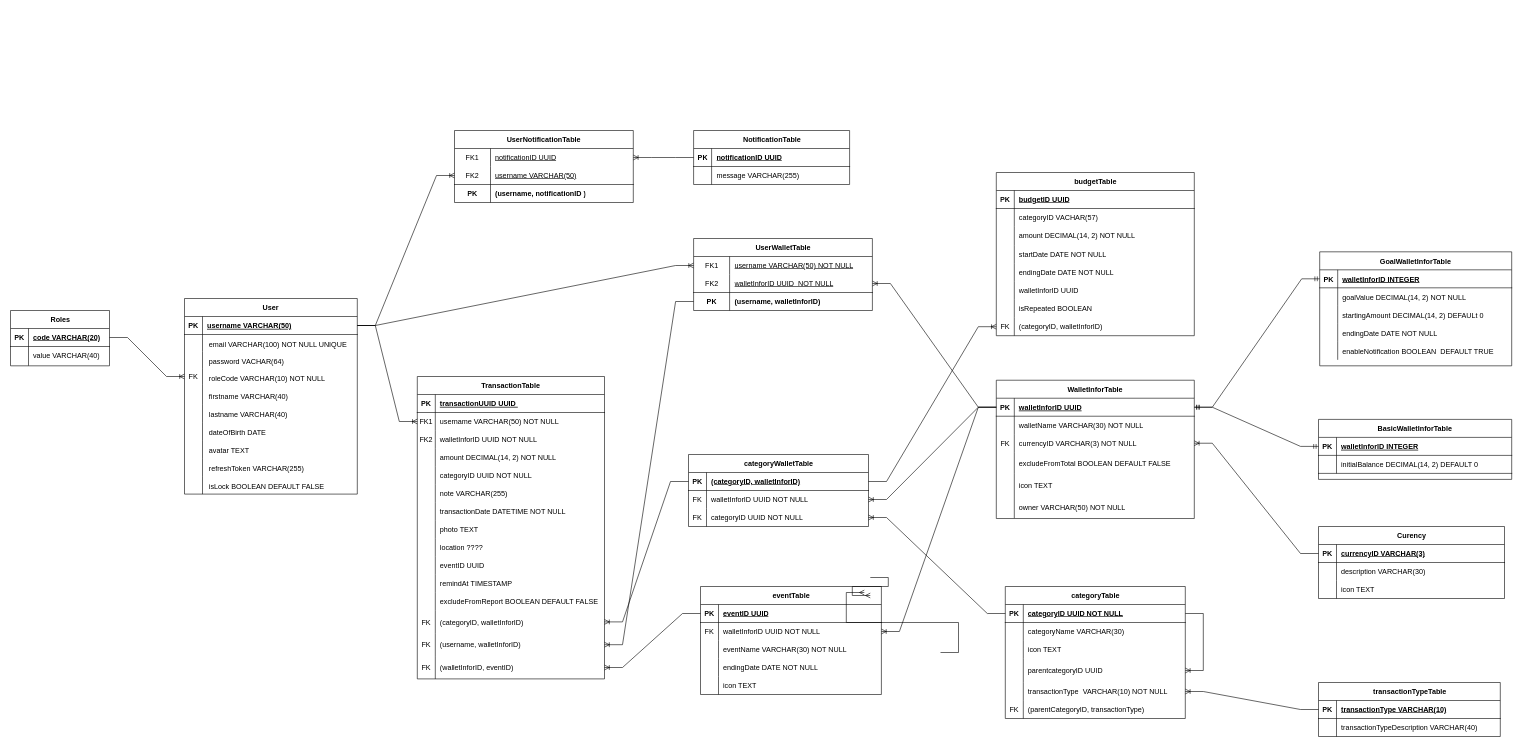
The draw.io diagram page "Trang-3" (3 of 3) of MLK Database Design.drawio in nguyenhuynhthien/Analytics, before the edit. Source tidied: cells renumbered, new cells numbered last; positions are measured from the earlier drawing's top-left corner, leaving out a move shared by most shapes. Both pictures are drawn from the tidied source at 60%, with x=0, y=0 at pixel (10, 130).
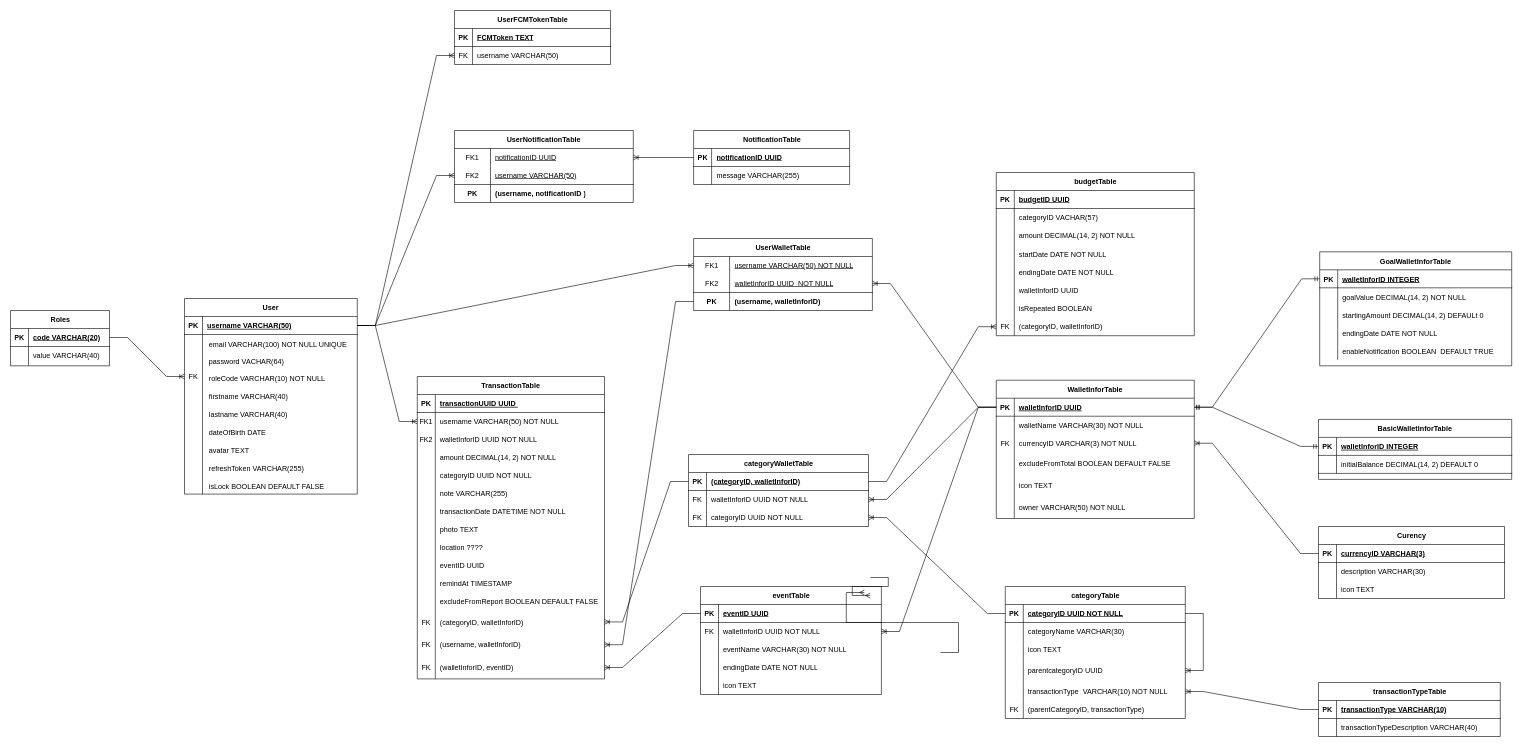
Above is the later version.

Commit message:
Cập nhật MLK Database Design.drawio

Unchanged cells that the change refers to:
```xml
<mxCell id="3" style="shape=partialRectangle;fillColor=none;points=[[0,0.5],[1,0.5]];portConstraint=eastwest;top=0;left=0;right=0;bottom=1;" parent="2" vertex="1">
  <mxGeometry y="30" width="288" height="30" as="geometry" />
</mxCell>
```

Diff of the diagram source:
```diff
@@
+    <mxCell id="262" value="UserFCMTokenTable" style="shape=table;startSize=30;childLayout=tableLayout;rowLines=0;fontStyle=1;align=center;html=1;" parent="1" vertex="1">
+      <mxGeometry x="740" y="-200" width="260" height="90" as="geometry" />
+    </mxCell>
+    <mxCell id="263" style="shape=tableRow;horizontal=0;startSize=0;swimlaneHead=0;swimlaneBody=0;fillColor=none;top=0;left=0;right=0;bottom=1;" parent="262" vertex="1">
+      <mxGeometry y="30" width="260" height="30" as="geometry" />
+    </mxCell>
+    <mxCell id="264" value="PK" style="shape=partialRectangle;fillColor=none;top=0;left=0;bottom=0;right=0;fontStyle=1;overflow=hidden;whiteSpace=wrap;html=1;" parent="263" vertex="1">
+      <mxGeometry width="30" height="30" as="geometry" />
+    </mxCell>
+    <mxCell id="265" value="FCMToken TEXT" style="shape=partialRectangle;fillColor=none;top=0;left=0;bottom=0;right=0;align=left;spacingLeft=6;fontStyle=5;overflow=hidden;whiteSpace=wrap;html=1;" parent="263" vertex="1">
+      <mxGeometry x="30" width="230" height="30" as="geometry" />
+    </mxCell>
+    <mxCell id="266" style="shape=tableRow;horizontal=0;startSize=0;swimlaneHead=0;swimlaneBody=0;fillColor=none;points=[[0,0.5],[1,0.5]];portConstraint=eastwest;top=0;left=0;right=0;bottom=0;" parent="262" vertex="1">
+      <mxGeometry y="60" width="260" height="30" as="geometry" />
+    </mxCell>
+    <mxCell id="267" value="FK" style="shape=partialRectangle;fillColor=none;top=0;left=0;bottom=0;right=0;overflow=hidden;whiteSpace=wrap;html=1;" parent="266" vertex="1">
+      <mxGeometry width="30" height="30" as="geometry" />
+    </mxCell>
+    <mxCell id="268" value="username&amp;nbsp;VARCHAR(50)" style="shape=partialRectangle;fillColor=none;top=0;left=0;bottom=0;right=0;align=left;spacingLeft=6;overflow=hidden;whiteSpace=wrap;html=1;" parent="266" vertex="1">
+      <mxGeometry x="30" width="230" height="30" as="geometry" />
+    </mxCell>
+    <mxCell id="269" style="edgeStyle=entityRelationEdgeStyle;fontSize=12;html=1;endArrow=ERoneToMany;rounded=0;entryX=0;entryY=0.5;entryDx=0;entryDy=0;" parent="1" edge="1" source="3" target="266">
+      <mxGeometry relative="1" as="geometry" />
+    </mxCell>
```
